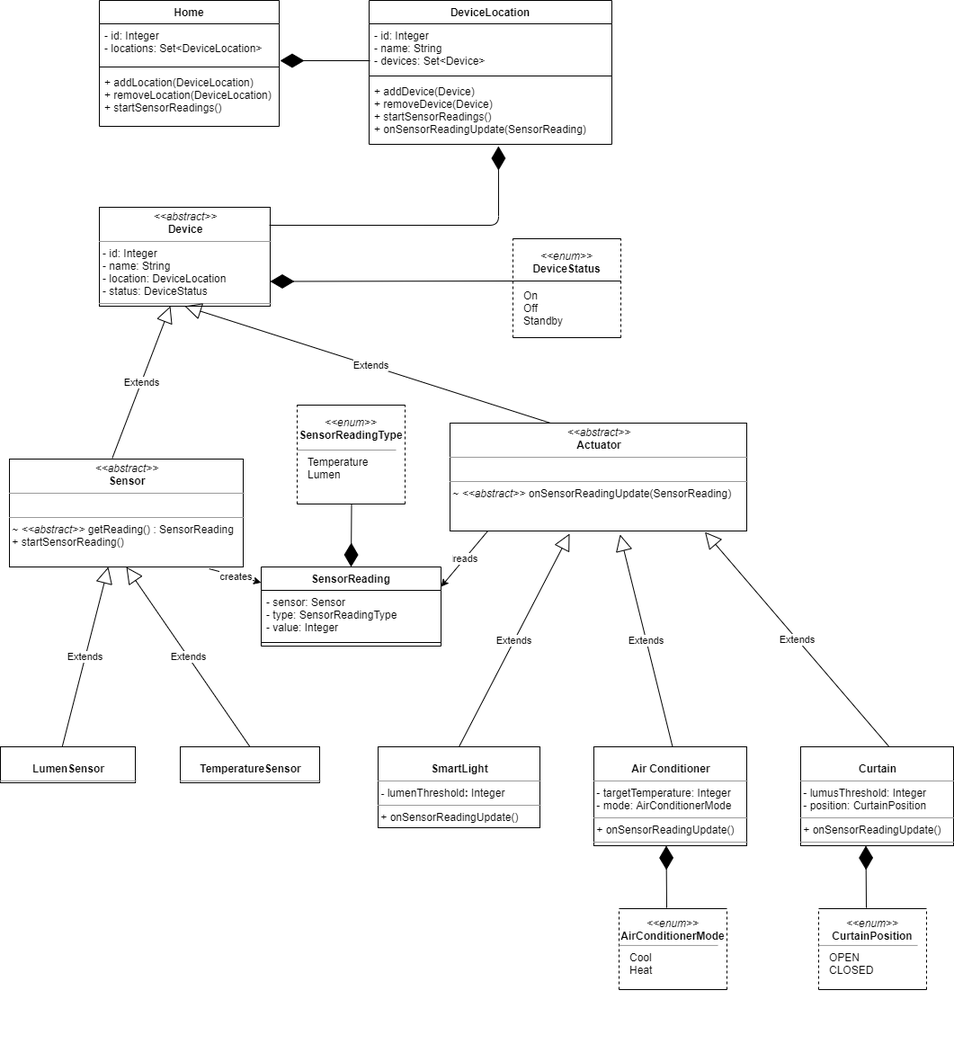
jfgcf/ads_houseofthings keeps this draw.io diagram as docs/UML_Class_Diagram.png. Above is the earlier version. Source tidied: cells renumbered, new cells last; positions are measured from the earlier drawing's top-left corner, leaving out a move shared by most shapes.
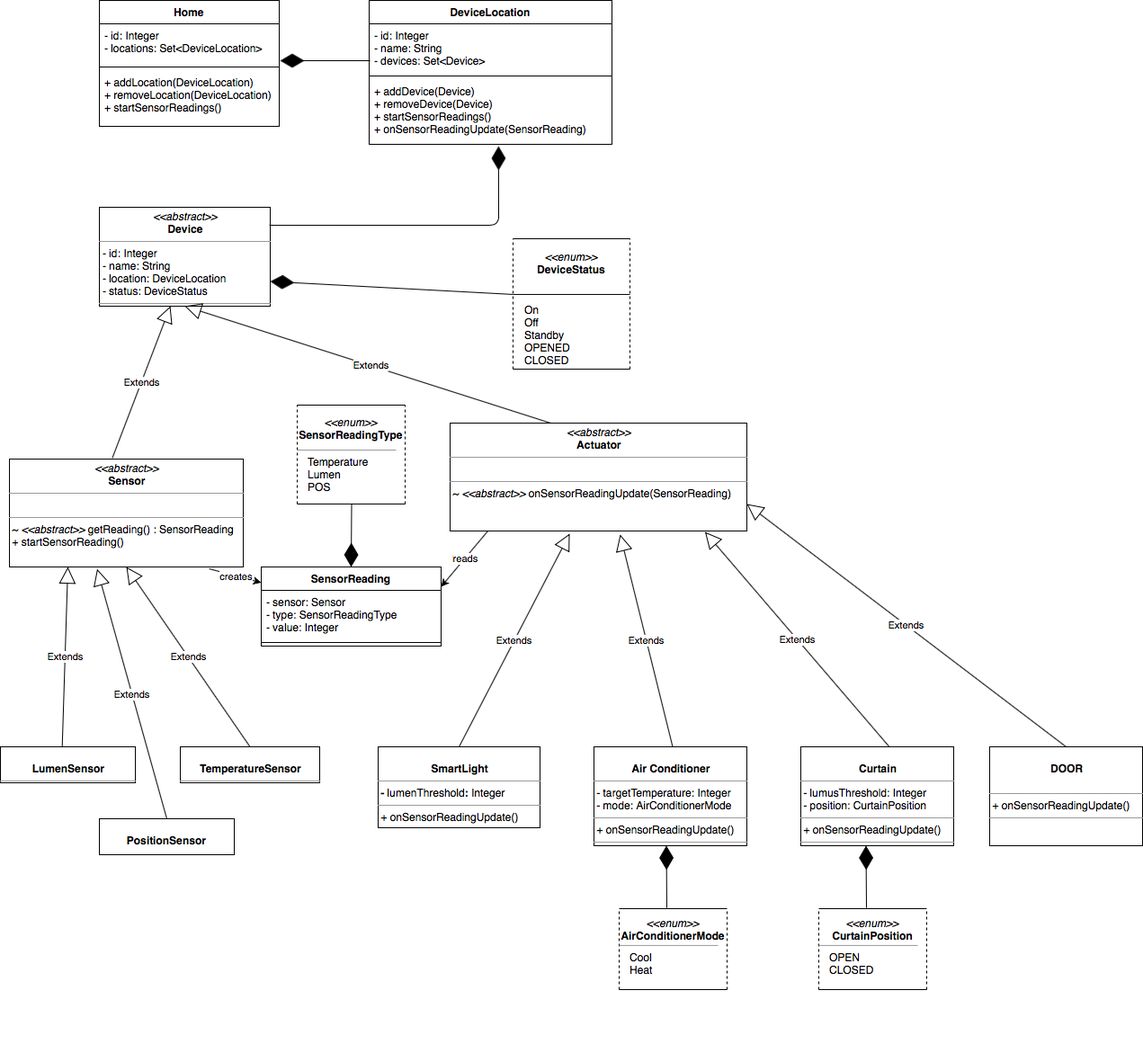
After the change.

Commit message:
Last Commit did not upload files - again UML Update

Change to the diagram source:
```diff
@@ -47,46 +47,46 @@
       </mxGeometry>
     </mxCell>
     <mxCell id="13" style="group;" parent="1" vertex="1">
-      <mxGeometry x="570" y="265" width="120" height="110" as="geometry" />
+      <mxGeometry x="570" y="265" width="130" height="145" as="geometry" />
     </mxCell>
     <mxCell id="14" value="&lt;p style=&quot;margin: 4px 0px 0px&quot; align=&quot;center&quot;&gt;&lt;i&gt;&amp;lt;&amp;lt;enum&amp;gt;&amp;gt;&lt;/i&gt;&lt;br&gt;&lt;b&gt;DeviceStatus&lt;/b&gt;&lt;/p&gt;" style="text;whiteSpace=wrap;html=1;align=center;" parent="13" vertex="1">
-      <mxGeometry x="10" y="2" width="100" height="50" as="geometry" />
+      <mxGeometry x="10.8" y="2.6" width="108.3" height="65.9" as="geometry" />
     </mxCell>
     <mxCell id="15" style="group;" parent="13" vertex="1">
-      <mxGeometry width="120" height="110" as="geometry" />
+      <mxGeometry width="130" height="145" as="geometry" />
     </mxCell>
     <mxCell id="16" style="endArrow=none;html=1;" parent="15" edge="1">
       <mxGeometry relative="1" as="geometry">
         <mxPoint as="sourcePoint" />
-        <mxPoint x="120" as="targetPoint" />
+        <mxPoint x="130" as="targetPoint" />
       </mxGeometry>
     </mxCell>
     <mxCell id="17" style="endArrow=none;dashed=1;html=1;" parent="15" edge="1">
       <mxGeometry relative="1" as="geometry">
-        <mxPoint y="110" as="sourcePoint" />
+        <mxPoint y="145" as="sourcePoint" />
         <mxPoint as="targetPoint" />
       </mxGeometry>
     </mxCell>
     <mxCell id="18" style="endArrow=none;dashed=1;html=1;" parent="15" edge="1">
       <mxGeometry relative="1" as="geometry">
-        <mxPoint x="120" y="110" as="sourcePoint" />
-        <mxPoint x="120" as="targetPoint" />
+        <mxPoint x="130" y="145" as="sourcePoint" />
+        <mxPoint x="130" as="targetPoint" />
       </mxGeometry>
     </mxCell>
     <mxCell id="19" style="group;" parent="15" vertex="1">
-      <mxGeometry y="50" width="120" height="60" as="geometry" />
+      <mxGeometry y="65.9" width="130" height="79.1" as="geometry" />
     </mxCell>
     <mxCell id="20" style="endArrow=none;html=1;" parent="19" edge="1">
       <mxGeometry relative="1" as="geometry">
-        <mxPoint y="60" as="sourcePoint" />
-        <mxPoint x="120" y="60" as="targetPoint" />
+        <mxPoint y="79.1" as="sourcePoint" />
+        <mxPoint x="130" y="79.1" as="targetPoint" />
       </mxGeometry>
     </mxCell>
-    <mxCell id="21" value="&lt;div&gt;On&lt;/div&gt;&lt;div&gt;Off&lt;/div&gt;&lt;div&gt;Standby&lt;br&gt;&lt;/div&gt;" style="text;whiteSpace=wrap;html=1;" parent="19" vertex="1">
-      <mxGeometry x="10" width="110" height="50" as="geometry" />
+    <mxCell id="21" value="&lt;div&gt;On&lt;/div&gt;&lt;div&gt;Off&lt;/div&gt;&lt;div&gt;Standby&lt;br&gt;&lt;/div&gt;&lt;div&gt;OPENED&lt;/div&gt;&lt;div&gt;CLOSED&lt;/div&gt;" style="text;whiteSpace=wrap;html=1;" parent="19" vertex="1">
+      <mxGeometry x="10.8" width="119.2" height="65.9" as="geometry" />
     </mxCell>
     <mxCell id="22" style="line;strokeWidth=1;html=1;" parent="13" vertex="1">
-      <mxGeometry y="42" width="120" height="10" as="geometry" />
+      <mxGeometry y="55.4" width="130" height="13.2" as="geometry" />
     </mxCell>
     <mxCell id="23" value="&lt;p style=&quot;margin: 0px ; margin-top: 4px ; text-align: center&quot;&gt;&lt;i&gt;&amp;lt;&amp;lt;abstract&amp;gt;&amp;gt;&lt;/i&gt;&lt;br&gt;&lt;b&gt;Sensor&lt;/b&gt;&lt;/p&gt;&lt;hr size=&quot;1&quot;&gt;&lt;br&gt;&lt;hr size=&quot;1&quot;&gt;&amp;nbsp;~ &lt;i&gt;&amp;lt;&amp;lt;abstract&amp;gt;&amp;gt;&lt;/i&gt; getReading() : SensorReading&lt;br&gt;&amp;nbsp;+ startSensorReading()&lt;br&gt;&lt;br&gt;&lt;hr size=&quot;1&quot;&gt;" style="verticalAlign=top;align=left;overflow=fill;fontSize=12;fontFamily=Helvetica;html=1;" parent="1" vertex="1">
       <mxGeometry x="10" y="510" width="260" height="120" as="geometry" />
@@ -145,7 +145,7 @@
         <mxPoint x="120" y="110" as="targetPoint" />
       </mxGeometry>
     </mxCell>
-    <mxCell id="37" value="&lt;div&gt;Temperature&lt;/div&gt;&lt;div&gt;Lumen&lt;br&gt;&lt;/div&gt;&lt;div&gt;&lt;br&gt;&lt;/div&gt;" style="text;whiteSpace=wrap;html=1;" parent="32" vertex="1">
+    <mxCell id="37" value="&lt;div&gt;Temperature&lt;/div&gt;&lt;div&gt;Lumen&lt;br&gt;&lt;/div&gt;&lt;div&gt;POS&lt;/div&gt;&lt;div&gt;&lt;br&gt;&lt;/div&gt;" style="text;whiteSpace=wrap;html=1;" parent="32" vertex="1">
       <mxGeometry x="10" y="50" width="110" height="50" as="geometry" />
     </mxCell>
     <mxCell id="38" style="verticalLabelPosition=bottom;shadow=0;dashed=0;align=center;html=1;verticalAlign=top;strokeWidth=1;shape=mxgraph.mockup.markup.line;strokeColor=#999999;" parent="32" vertex="1">
@@ -157,7 +157,7 @@
     <mxCell id="40" value="&lt;p style=&quot;margin: 0px ; margin-top: 4px ; text-align: center&quot;&gt;&lt;br&gt;&lt;b&gt;TemperatureSensor&lt;/b&gt;&lt;/p&gt;&lt;hr size=&quot;1&quot;&gt;&lt;br&gt;&lt;hr size=&quot;1&quot;&gt;&amp;nbsp;&lt;br&gt;&lt;br&gt;&lt;hr size=&quot;1&quot;&gt;" style="verticalAlign=top;align=left;overflow=fill;fontSize=12;fontFamily=Helvetica;html=1;" parent="1" vertex="1">
       <mxGeometry x="200" y="830" width="155" height="40" as="geometry" />
     </mxCell>
-    <mxCell id="41" value="Extends" style="endArrow=block;endSize=16;endFill=0;html=1;entryX=0.423;entryY=1;entryDx=0;entryDy=0;entryPerimeter=0;exitX=0.458;exitY=0;exitDx=0;exitDy=0;exitPerimeter=0;" parent="1" edge="1" source="39" target="23">
+    <mxCell id="41" value="Extends" style="endArrow=block;endSize=16;endFill=0;html=1;entryX=0.25;entryY=1;entryDx=0;entryDy=0;exitX=0.458;exitY=0;exitDx=0;exitDy=0;exitPerimeter=0;" parent="1" edge="1" source="39" target="23">
       <mxGeometry relative="1" as="geometry" />
     </mxCell>
     <mxCell id="42" value="Extends" style="endArrow=block;endSize=16;endFill=0;html=1;exitX=0.5;exitY=0;exitDx=0;exitDy=0;entryX=0.5;entryY=1;entryDx=0;entryDy=0;" parent="1" edge="1" source="40" target="23">
@@ -293,5 +293,17 @@
         <mxPoint x="412.5" y="440" as="targetPoint" />
       </mxGeometry>
     </mxCell>
+    <mxCell id="75" value="&lt;p style=&quot;margin: 0px ; margin-top: 4px ; text-align: center&quot;&gt;&lt;b&gt;&lt;br&gt;DOOR&lt;/b&gt;&lt;/p&gt;&lt;div&gt;&lt;b&gt;&lt;br&gt;&lt;/b&gt;&lt;/div&gt;&lt;hr size=&quot;1&quot;&gt;&lt;b&gt;&lt;b&gt;&amp;nbsp;&lt;/b&gt;&lt;/b&gt;+ onSensorReadingUpdate()&lt;hr size=&quot;1&quot;&gt;" style="verticalAlign=top;align=left;overflow=fill;fontSize=12;fontFamily=Helvetica;html=1;" parent="1" vertex="1">
+      <mxGeometry x="1100" y="830" width="170" height="110" as="geometry" />
+    </mxCell>
+    <mxCell id="76" value="&lt;p style=&quot;margin: 4px 0px 0px&quot;&gt;&lt;/p&gt;&lt;div&gt;&lt;br&gt;&lt;/div&gt;&lt;div&gt;PositionSensor&lt;/div&gt;" style="verticalAlign=bottom;align=center;overflow=fill;fontSize=12;fontFamily=Helvetica;html=1;labelPosition=center;verticalLabelPosition=middle;fontStyle=1;" parent="1" vertex="1">
+      <mxGeometry x="110" y="910" width="150" height="40" as="geometry" />
+    </mxCell>
+    <mxCell id="77" value="Extends" style="endArrow=block;endSize=16;endFill=0;html=1;entryX=0.375;entryY=1.019;entryDx=0;entryDy=0;exitX=0.5;exitY=0;exitDx=0;exitDy=0;entryPerimeter=0;" parent="1" edge="1" source="76" target="23">
+      <mxGeometry relative="1" as="geometry" />
+    </mxCell>
+    <mxCell id="78" value="Extends" style="endArrow=block;endSize=16;endFill=0;html=1;exitX=0.5;exitY=0;exitDx=0;exitDy=0;entryX=1;entryY=0.75;entryDx=0;entryDy=0;" parent="1" edge="1" source="75" target="26">
+      <mxGeometry relative="1" as="geometry" />
+    </mxCell>
   </root>
 </mxGraphModel>
```
